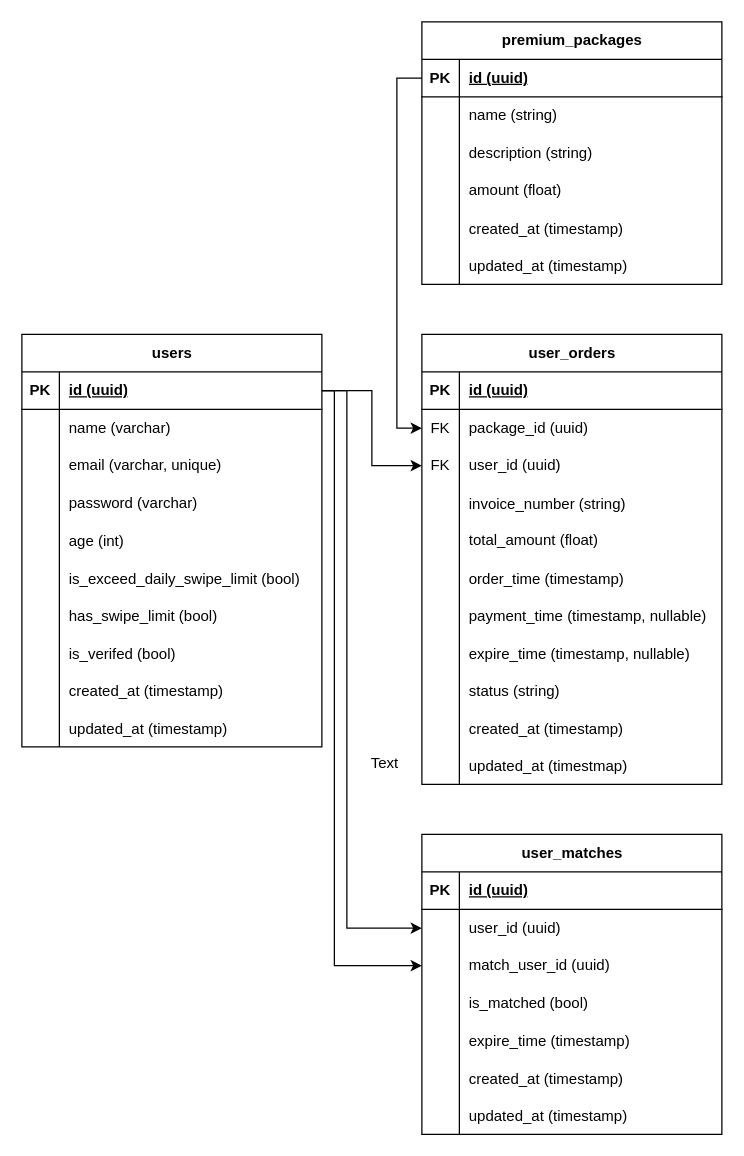
Above: docs/ERD.drawio in falahlaz/dealls-tinder-clone (draw.io), before the change. Source tidied: cells renumbered, new cells numbered last; positions are measured from the earlier drawing's top-left corner, leaving out a move shared by most shapes. Both pictures are drawn from the tidied source at 125%, with x=0, y=0 at pixel (21, 21).
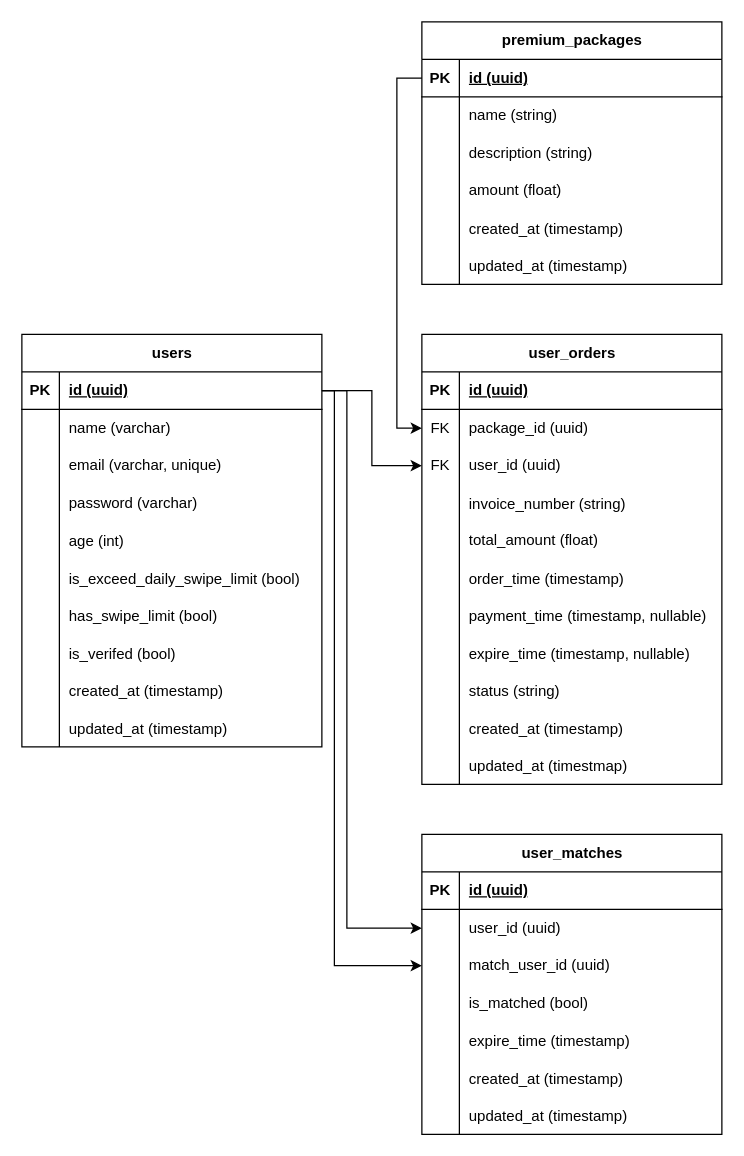
The same page after the edit.

Change to the diagram source:
```diff
@@
-    <mxCell id="112" value="Text" style="text;html=1;align=center;verticalAlign=middle;strokeColor=none;fillColor=none;" parent="1" vertex="1">
-      <mxGeometry x="265" y="578" width="50" height="30" as="geometry" />
-    </mxCell>
```
